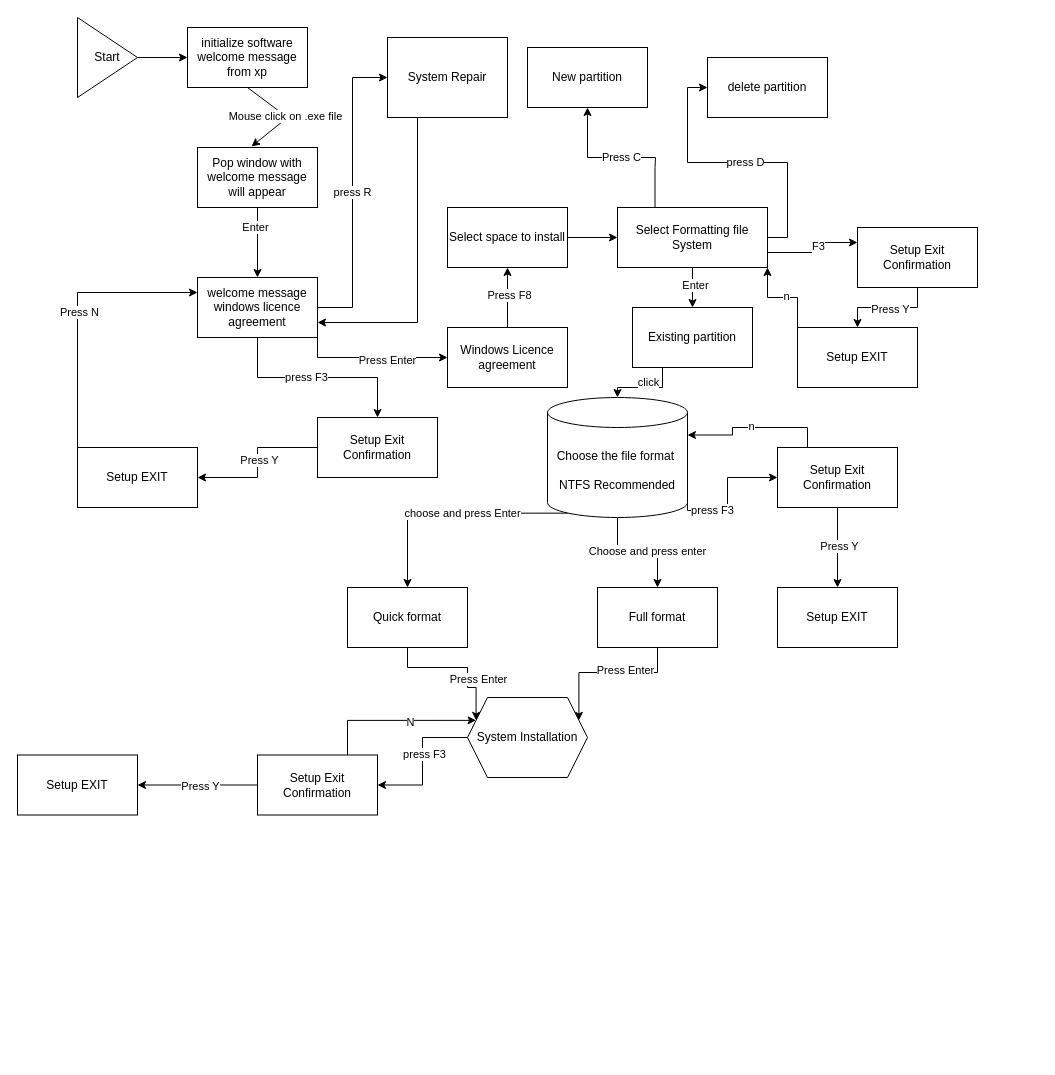
Before: Untitled Diagram.drawio in INDIGOMOOD225/Diagrams, a draw.io diagram. Source tidied: cells renumbered, new cells numbered last; positions are measured from the earlier drawing's top-left corner, leaving out a move shared by most shapes. Both pictures are drawn from the tidied source at 100%, with x=0, y=0 at pixel (17, 17).
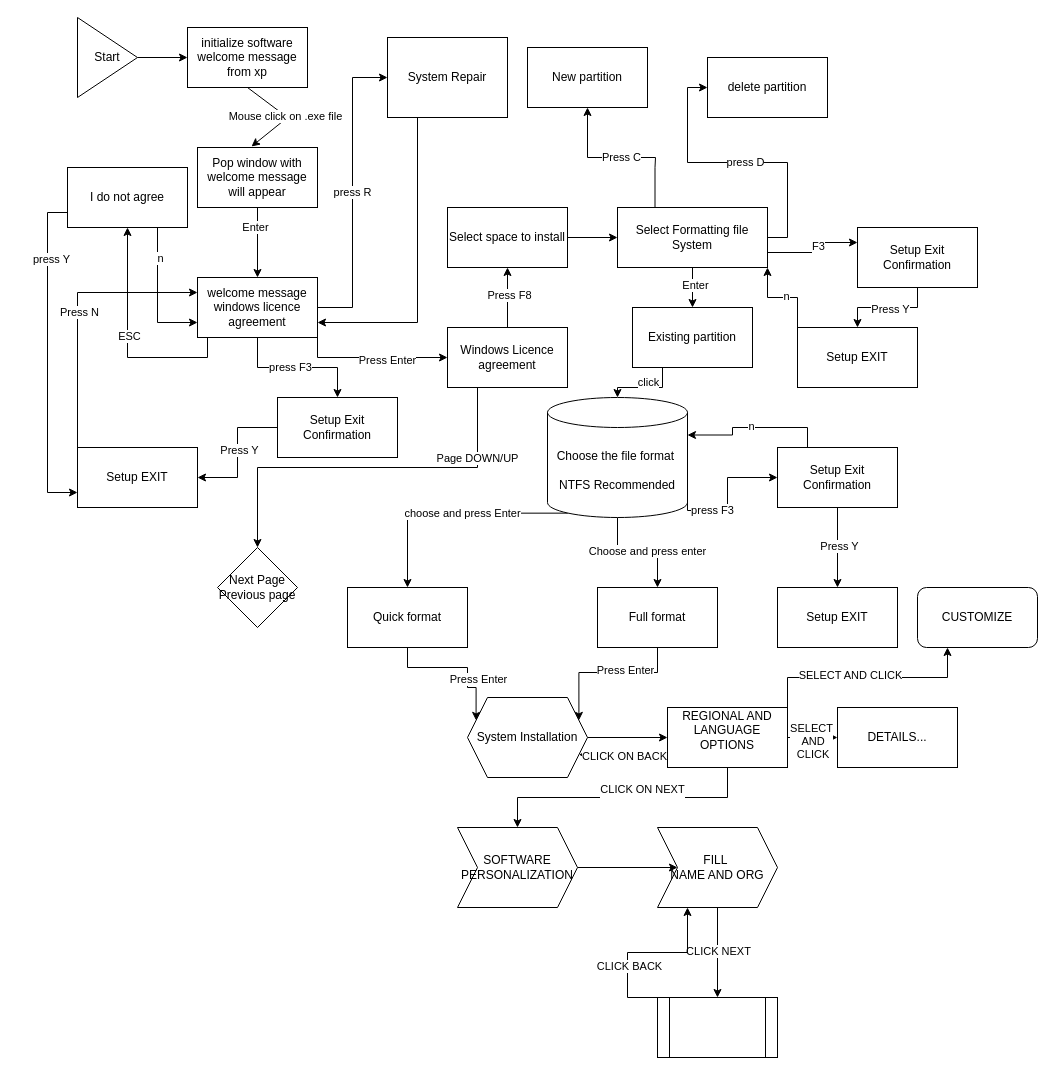
The same page after the edit.

Commit message:
system installation update

The change refers to these unchanged cells:
```xml
<mxCell id="8" value="welcome message windows licence agreement" style="rounded=0;whiteSpace=wrap;html=1;" parent="1" vertex="1">
  <mxGeometry x="180" y="260" width="120" height="60" as="geometry" />
</mxCell>
<mxCell id="18" value="Windows Licence agreement" style="whiteSpace=wrap;html=1;rounded=0;" parent="1" vertex="1">
  <mxGeometry x="430" y="310" width="120" height="60" as="geometry" />
</mxCell>
<mxCell id="23" value="Setup EXIT" style="whiteSpace=wrap;html=1;rounded=0;" parent="1" vertex="1">
  <mxGeometry x="60" y="430" width="120" height="60" as="geometry" />
</mxCell>
<mxCell id="51" value="System Installation" style="shape=hexagon;perimeter=hexagonPerimeter2;whiteSpace=wrap;html=1;fixedSize=1;" parent="1" vertex="1">
  <mxGeometry x="450" y="680" width="120" height="80" as="geometry" />
</mxCell>
```

Change to the diagram source:
```diff
@@
+    <mxCell id="76" style="edgeStyle=orthogonalEdgeStyle;rounded=0;jettySize=auto;html=1;" parent="1" edge="1" source="8" target="85">
+      <mxGeometry relative="1" as="geometry">
+        <Array as="points">
+          <mxPoint x="190" y="340" />
+          <mxPoint x="110" y="340" />
+        </Array>
+      </mxGeometry>
+    </mxCell>
+    <mxCell id="77" value="ESC" style="edgeLabel;html=1;align=center;verticalAlign=middle;" parent="76" vertex="1">
+      <mxGeometry x="0.06" y="-1" relative="1" as="geometry" />
+    </mxCell>
@@
     <mxCell id="15" value="Setup Exit Confirmation" style="whiteSpace=wrap;html=1;rounded=0;" parent="1" vertex="1">
-      <mxGeometry x="300" y="400" width="120" height="60" as="geometry" />
+      <mxGeometry x="260" y="380" width="120" height="60" as="geometry" />
     </mxCell>
@@
+    <mxCell id="78" style="edgeStyle=orthogonalEdgeStyle;rounded=0;jettySize=auto;html=1;exitX=0.25;exitY=1;exitDx=0;exitDy=0;" parent="1" edge="1" source="18" target="86">
+      <mxGeometry relative="1" as="geometry" />
+    </mxCell>
+    <mxCell id="79" value="Page DOWN/UP" style="edgeLabel;html=1;align=center;verticalAlign=middle;" parent="78" vertex="1">
+      <mxGeometry x="-0.63" y="-1" relative="1" as="geometry" />
+    </mxCell>
@@
+    <mxCell id="80" style="edgeStyle=orthogonalEdgeStyle;rounded=0;jettySize=auto;html=1;" parent="1" edge="1" source="51" target="95">
+      <mxGeometry relative="1" as="geometry" />
+    </mxCell>
@@
-    <mxCell id="52" style="edgeStyle=orthogonalEdgeStyle;rounded=0;jettySize=auto;html=1;exitX=0;exitY=0.5;exitDx=0;exitDy=0;" parent="1" edge="1" source="51" target="58">
-      <mxGeometry relative="1" as="geometry" />
-    </mxCell>
-    <mxCell id="53" value="press F3" style="edgeLabel;html=1;align=center;verticalAlign=middle;" parent="52" vertex="1">
-      <mxGeometry x="-0.12" y="1" relative="1" as="geometry" />
-    </mxCell>
-    <mxCell id="54" style="edgeStyle=orthogonalEdgeStyle;rounded=0;jettySize=auto;html=1;" parent="1" edge="1" source="58" target="59">
-      <mxGeometry relative="1" as="geometry" />
-    </mxCell>
-    <mxCell id="55" value="Press Y" style="edgeLabel;html=1;align=center;verticalAlign=middle;" parent="54" vertex="1">
-      <mxGeometry x="-0.04" y="1" relative="1" as="geometry" />
-    </mxCell>
-    <mxCell id="56" style="edgeStyle=orthogonalEdgeStyle;rounded=0;jettySize=auto;html=1;exitX=0.75;exitY=0;exitDx=0;exitDy=0;entryX=0;entryY=0.25;entryDx=0;entryDy=0;" parent="1" edge="1" source="58" target="51">
-      <mxGeometry relative="1" as="geometry" />
-    </mxCell>
-    <mxCell id="57" value="N" style="edgeLabel;html=1;align=center;verticalAlign=middle;" parent="56" vertex="1">
-      <mxGeometry x="0.2" y="-2" relative="1" as="geometry">
-        <mxPoint x="-1" as="offset" />
-      </mxGeometry>
-    </mxCell>
-    <mxCell id="58" value="Setup Exit Confirmation" style="whiteSpace=wrap;html=1;rounded=0;" parent="1" vertex="1">
-      <mxGeometry x="240" y="737.5" width="120" height="60" as="geometry" />
-    </mxCell>
-    <mxCell id="59" value="Setup EXIT" style="whiteSpace=wrap;html=1;rounded=0;" parent="1" vertex="1">
-      <mxGeometry y="737.5" width="120" height="60" as="geometry" />
-    </mxCell>
@@
+    <mxCell id="81" style="edgeStyle=orthogonalEdgeStyle;rounded=0;jettySize=auto;html=1;exitX=0;exitY=0.75;exitDx=0;exitDy=0;entryX=0;entryY=0.75;entryDx=0;entryDy=0;" parent="1" edge="1" source="85" target="23">
+      <mxGeometry relative="1" as="geometry" />
+    </mxCell>
+    <mxCell id="82" value="press Y" style="edgeLabel;html=1;align=center;verticalAlign=middle;" parent="81" vertex="1">
+      <mxGeometry x="-0.6" y="3" relative="1" as="geometry" />
+    </mxCell>
+    <mxCell id="83" style="edgeStyle=orthogonalEdgeStyle;rounded=0;jettySize=auto;html=1;exitX=0.75;exitY=1;exitDx=0;exitDy=0;entryX=0;entryY=0.75;entryDx=0;entryDy=0;" parent="1" edge="1" source="85" target="8">
+      <mxGeometry relative="1" as="geometry" />
+    </mxCell>
+    <mxCell id="84" value="n" style="edgeLabel;html=1;align=center;verticalAlign=middle;" parent="83" vertex="1">
+      <mxGeometry x="-0.55" y="2" relative="1" as="geometry" />
+    </mxCell>
+    <mxCell id="85" value="I do not agree" style="whiteSpace=wrap;html=1;rounded=0;" parent="1" vertex="1">
+      <mxGeometry x="50" y="150" width="120" height="60" as="geometry" />
+    </mxCell>
+    <mxCell id="86" value="Next Page&lt;br&gt;Previous page" style="rhombus;whiteSpace=wrap;html=1;" parent="1" vertex="1">
+      <mxGeometry x="200" y="530" width="80" height="80" as="geometry" />
+    </mxCell>
+    <mxCell id="87" style="edgeStyle=orthogonalEdgeStyle;rounded=0;jettySize=auto;html=1;exitX=1;exitY=0;exitDx=0;exitDy=0;entryX=0.25;entryY=1;entryDx=0;entryDy=0;" parent="1" edge="1" source="95" target="96">
+      <mxGeometry relative="1" as="geometry" />
+    </mxCell>
+    <mxCell id="88" value="SELECT AND CLICK" style="edgeLabel;html=1;align=center;verticalAlign=middle;" parent="87" vertex="1">
+      <mxGeometry x="-0.16" y="3" relative="1" as="geometry" />
+    </mxCell>
+    <mxCell id="89" style="edgeStyle=orthogonalEdgeStyle;rounded=0;jettySize=auto;html=1;" parent="1" edge="1" source="95" target="97">
+      <mxGeometry relative="1" as="geometry" />
+    </mxCell>
+    <mxCell id="90" value="SELECT&lt;br&gt;&amp;nbsp;AND&lt;br&gt;&amp;nbsp;CLICK" style="edgeLabel;html=1;align=center;verticalAlign=middle;" parent="89" vertex="1">
+      <mxGeometry x="-0.09" y="-3" relative="1" as="geometry" />
+    </mxCell>
+    <mxCell id="91" style="edgeStyle=orthogonalEdgeStyle;rounded=0;jettySize=auto;html=1;exitX=0;exitY=0.75;exitDx=0;exitDy=0;entryX=1;entryY=0.75;entryDx=0;entryDy=0;" parent="1" edge="1" source="95" target="51">
+      <mxGeometry relative="1" as="geometry" />
+    </mxCell>
+    <mxCell id="92" value="CLICK ON BACK" style="edgeLabel;html=1;align=center;verticalAlign=middle;" parent="91" vertex="1">
+      <mxGeometry x="0.02" y="1" relative="1" as="geometry" />
+    </mxCell>
+    <mxCell id="93" style="edgeStyle=orthogonalEdgeStyle;rounded=0;jettySize=auto;html=1;exitX=0.5;exitY=1;exitDx=0;exitDy=0;entryX=0.5;entryY=0;entryDx=0;entryDy=0;" parent="1" edge="1" source="95" target="99">
+      <mxGeometry relative="1" as="geometry" />
+    </mxCell>
+    <mxCell id="94" value="CLICK ON NEXT&lt;div&gt;&lt;br/&gt;&lt;/div&gt;" style="edgeLabel;html=1;align=center;verticalAlign=middle;" parent="93" vertex="1">
+      <mxGeometry x="-0.14" y="-2" relative="1" as="geometry" />
+    </mxCell>
+    <mxCell id="95" value="REGIONAL AND LANGUAGE OPTIONS&lt;div&gt;&lt;br/&gt;&lt;/div&gt;" style="whiteSpace=wrap;html=1;" parent="1" vertex="1">
+      <mxGeometry x="650" y="690" width="120" height="60" as="geometry" />
+    </mxCell>
+    <mxCell id="96" value="CUSTOMIZE" style="rounded=1;whiteSpace=wrap;html=1;" parent="1" vertex="1">
+      <mxGeometry x="900" y="570" width="120" height="60" as="geometry" />
+    </mxCell>
+    <mxCell id="97" value="DETAILS..." style="whiteSpace=wrap;html=1;" parent="1" vertex="1">
+      <mxGeometry x="820" y="690" width="120" height="60" as="geometry" />
+    </mxCell>
+    <mxCell id="98" style="edgeStyle=orthogonalEdgeStyle;rounded=0;jettySize=auto;html=1;" parent="1" edge="1" source="99" target="102">
+      <mxGeometry relative="1" as="geometry" />
+    </mxCell>
+    <mxCell id="99" value="SOFTWARE PERSONALIZATION" style="shape=step;perimeter=stepPerimeter;whiteSpace=wrap;html=1;fixedSize=1;" parent="1" vertex="1">
+      <mxGeometry x="440" y="810" width="120" height="80" as="geometry" />
+    </mxCell>
+    <mxCell id="100" style="edgeStyle=orthogonalEdgeStyle;rounded=0;jettySize=auto;html=1;" parent="1" edge="1" source="102" target="105">
+      <mxGeometry relative="1" as="geometry" />
+    </mxCell>
+    <mxCell id="101" value="CLICK NEXT" style="edgeLabel;html=1;align=center;verticalAlign=middle;" parent="100" vertex="1">
+      <mxGeometry x="-0.04" relative="1" as="geometry" />
+    </mxCell>
+    <mxCell id="102" value="FILL&amp;nbsp;&lt;br&gt;NAME AND ORG" style="shape=step;perimeter=stepPerimeter;whiteSpace=wrap;html=1;fixedSize=1;" parent="1" vertex="1">
+      <mxGeometry x="640" y="810" width="120" height="80" as="geometry" />
+    </mxCell>
+    <mxCell id="103" style="edgeStyle=orthogonalEdgeStyle;rounded=0;jettySize=auto;html=1;exitX=0;exitY=0;exitDx=0;exitDy=0;entryX=0.25;entryY=1;entryDx=0;entryDy=0;" parent="1" edge="1" source="105" target="102">
+      <mxGeometry relative="1" as="geometry">
+        <Array as="points">
+          <mxPoint x="610" y="980" />
+          <mxPoint x="610" y="935" />
+          <mxPoint x="670" y="935" />
+        </Array>
+      </mxGeometry>
+    </mxCell>
+    <mxCell id="104" value="CLICK BACK" style="edgeLabel;html=1;align=center;verticalAlign=middle;" parent="103" vertex="1">
+      <mxGeometry x="-0.31" y="-1" relative="1" as="geometry" />
+    </mxCell>
+    <mxCell id="105" style="shape=process;whiteSpace=wrap;html=1;backgroundOutline=1;" parent="1" vertex="1">
+      <mxGeometry x="640" y="980" width="120" height="60" as="geometry" />
+    </mxCell>
```
